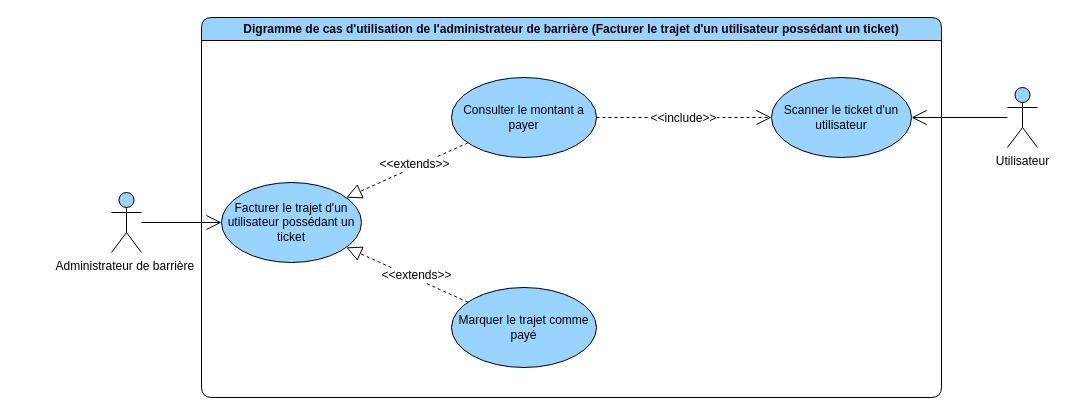
devlotfi/peage-pay keeps this draw.io diagram as page "facturer un utilisateur possedant un ticket" (2 of 2) of diagrams/use-case/administrateur-de-barriere.drawio. Above is the earlier version. Source tidied: cells renumbered, new cells numbered last; positions are measured from the earlier drawing's top-left corner, leaving out a move shared by most shapes. Both pictures are drawn from the tidied source at 100%, with x=0, y=0 at pixel (111, 17).
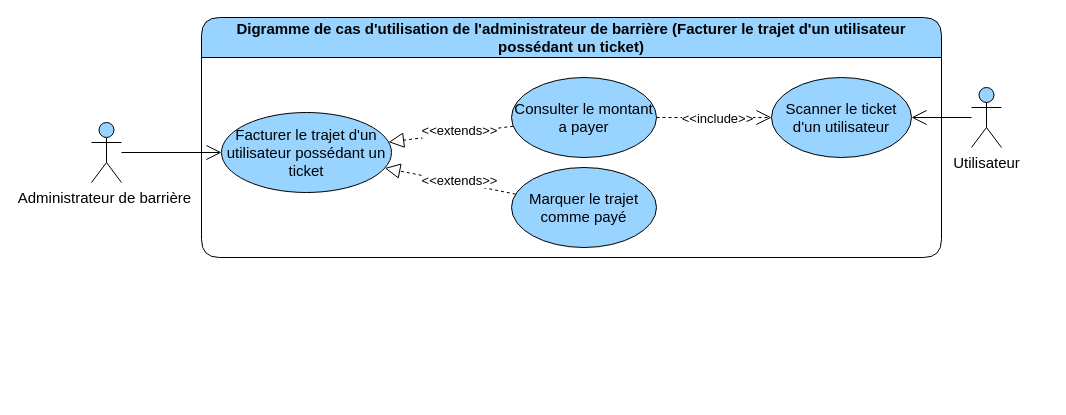
The same diagram, later.

What changed in the source:
```diff
@@
 <mxGraphModel>
   <root>
     <mxCell id="0" />
     <mxCell id="1" parent="0" />
-    <mxCell id="2" value="Digramme de cas d'utilisation de l'administrateur de&amp;nbsp;barrière&amp;nbsp;(Facturer le trajet d'un utilisateur possédant un ticket)" style="swimlane;whiteSpace=wrap;html=1;rounded=1;fillColor=#99D3FF;" parent="1" vertex="1">
-      <mxGeometry x="90" width="740" height="380" as="geometry" />
+    <mxCell id="2" value="Digramme de cas d'utilisation de l'administrateur de&amp;nbsp;barrière&amp;nbsp;(Facturer le trajet d'un utilisateur possédant un ticket)" style="swimlane;whiteSpace=wrap;html=1;rounded=1;fillColor=#99D3FF;fontSize=15;startSize=40;" parent="1" vertex="1">
+      <mxGeometry x="90" width="740" height="240" as="geometry" />
     </mxCell>
-    <mxCell id="3" value="Facturer le trajet d'un utilisateur possédant un ticket" style="ellipse;whiteSpace=wrap;html=1;strokeColor=default;align=center;verticalAlign=middle;fontFamily=Helvetica;fontSize=12;fontColor=default;fillColor=#99D3FF;" parent="2" vertex="1">
-      <mxGeometry x="20" y="165" width="140" height="80" as="geometry" />
+    <mxCell id="3" value="Facturer le trajet d'un utilisateur possédant un ticket" style="ellipse;whiteSpace=wrap;html=1;strokeColor=default;align=center;verticalAlign=middle;fontFamily=Helvetica;fontSize=15;fontColor=default;fillColor=#99D3FF;" parent="2" vertex="1">
+      <mxGeometry x="20" y="95" width="170" height="80" as="geometry" />
     </mxCell>
-    <mxCell id="4" style="edgeStyle=none;rounded=0;jettySize=auto;html=1;dashed=1;strokeColor=default;align=center;verticalAlign=middle;fontFamily=Helvetica;fontSize=12;fontColor=default;labelBackgroundColor=default;startSize=6;endArrow=open;endFill=0;endSize=13;" parent="2" edge="1" source="6" target="9">
+    <mxCell id="4" style="edgeStyle=none;rounded=0;jettySize=auto;html=1;dashed=1;strokeColor=default;align=center;verticalAlign=middle;fontFamily=Helvetica;fontSize=15;fontColor=default;labelBackgroundColor=default;startSize=6;endArrow=open;endFill=0;endSize=13;" parent="2" edge="1" source="6" target="9">
       <mxGeometry relative="1" as="geometry" />
     </mxCell>
-    <mxCell id="5" value="&amp;lt;&amp;lt;include&amp;gt;&amp;gt;" style="edgeLabel;html=1;align=center;verticalAlign=middle;strokeColor=default;fontFamily=Helvetica;fontSize=12;fontColor=default;labelBackgroundColor=default;fillColor=#99D3FF;" parent="4" vertex="1">
+    <mxCell id="5" value="&amp;lt;&amp;lt;include&amp;gt;&amp;gt;" style="edgeLabel;html=1;align=center;verticalAlign=middle;strokeColor=default;fontFamily=Helvetica;fontSize=13;fontColor=default;labelBackgroundColor=default;fillColor=#99D3FF;" parent="4" vertex="1">
       <mxGeometry x="-0.16" y="3" relative="1" as="geometry">
         <mxPoint x="12" y="3" as="offset" />
       </mxGeometry>
     </mxCell>
-    <mxCell id="6" value="Consulter le montant a payer" style="ellipse;whiteSpace=wrap;html=1;strokeColor=default;align=center;verticalAlign=middle;fontFamily=Helvetica;fontSize=12;fontColor=default;fillColor=#99D3FF;" parent="2" vertex="1">
-      <mxGeometry x="250" y="60" width="145" height="80" as="geometry" />
+    <mxCell id="6" value="Consulter le montant a payer" style="ellipse;whiteSpace=wrap;html=1;strokeColor=default;align=center;verticalAlign=middle;fontFamily=Helvetica;fontSize=15;fontColor=default;fillColor=#99D3FF;" parent="2" vertex="1">
+      <mxGeometry x="310" y="60" width="145" height="80" as="geometry" />
     </mxCell>
-    <mxCell id="7" style="edgeStyle=none;rounded=0;jettySize=auto;html=1;dashed=1;strokeColor=default;align=center;verticalAlign=middle;fontFamily=Helvetica;fontSize=12;fontColor=default;labelBackgroundColor=default;startSize=6;endArrow=block;endFill=0;endSize=13;" parent="2" edge="1" source="6" target="3">
+    <mxCell id="7" style="edgeStyle=none;rounded=0;jettySize=auto;html=1;dashed=1;strokeColor=default;align=center;verticalAlign=middle;fontFamily=Helvetica;fontSize=15;fontColor=default;labelBackgroundColor=default;startSize=6;endArrow=block;endFill=0;endSize=13;" parent="2" edge="1" source="6" target="3">
       <mxGeometry relative="1" as="geometry" />
     </mxCell>
-    <mxCell id="8" value="&amp;lt;&amp;lt;extends&amp;gt;&amp;gt;" style="edgeLabel;html=1;align=center;verticalAlign=middle;strokeColor=default;fontFamily=Helvetica;fontSize=12;fontColor=default;labelBackgroundColor=default;fillColor=#99D3FF;" parent="7" vertex="1">
+    <mxCell id="8" value="&amp;lt;&amp;lt;extends&amp;gt;&amp;gt;" style="edgeLabel;html=1;align=center;verticalAlign=middle;strokeColor=default;fontFamily=Helvetica;fontSize=13;fontColor=default;labelBackgroundColor=default;fillColor=#99D3FF;" parent="7" vertex="1">
       <mxGeometry x="-0.12" y="-3" relative="1" as="geometry">
         <mxPoint x="1" as="offset" />
       </mxGeometry>
     </mxCell>
-    <mxCell id="9" value="Scanner le ticket d'un utilisateur" style="ellipse;whiteSpace=wrap;html=1;strokeColor=default;align=center;verticalAlign=middle;fontFamily=Helvetica;fontSize=12;fontColor=default;fillColor=#99D3FF;" parent="2" vertex="1">
+    <mxCell id="9" value="Scanner le ticket d'un utilisateur" style="ellipse;whiteSpace=wrap;html=1;strokeColor=default;align=center;verticalAlign=middle;fontFamily=Helvetica;fontSize=15;fontColor=default;fillColor=#99D3FF;" parent="2" vertex="1">
       <mxGeometry x="570" y="60" width="140" height="80" as="geometry" />
     </mxCell>
-    <mxCell id="10" value="Marquer le trajet comme payé" style="ellipse;whiteSpace=wrap;html=1;strokeColor=default;align=center;verticalAlign=middle;fontFamily=Helvetica;fontSize=12;fontColor=default;fillColor=#99D3FF;" parent="2" vertex="1">
-      <mxGeometry x="250" y="270" width="145" height="80" as="geometry" />
+    <mxCell id="10" value="Marquer le trajet comme payé" style="ellipse;whiteSpace=wrap;html=1;strokeColor=default;align=center;verticalAlign=middle;fontFamily=Helvetica;fontSize=15;fontColor=default;fillColor=#99D3FF;" parent="2" vertex="1">
+      <mxGeometry x="310" y="150" width="145" height="80" as="geometry" />
     </mxCell>
-    <mxCell id="11" style="edgeStyle=none;rounded=0;jettySize=auto;html=1;dashed=1;strokeColor=default;align=center;verticalAlign=middle;fontFamily=Helvetica;fontSize=12;fontColor=default;labelBackgroundColor=default;startSize=6;endArrow=block;endFill=0;endSize=13;" parent="2" edge="1" source="10" target="3">
+    <mxCell id="11" style="edgeStyle=none;rounded=0;jettySize=auto;html=1;dashed=1;strokeColor=default;align=center;verticalAlign=middle;fontFamily=Helvetica;fontSize=15;fontColor=default;labelBackgroundColor=default;startSize=6;endArrow=block;endFill=0;endSize=13;" parent="2" edge="1" source="10" target="3">
       <mxGeometry relative="1" as="geometry" />
     </mxCell>
-    <mxCell id="12" value="&amp;lt;&amp;lt;extends&amp;gt;&amp;gt;" style="edgeLabel;html=1;align=center;verticalAlign=middle;strokeColor=default;fontFamily=Helvetica;fontSize=12;fontColor=default;labelBackgroundColor=default;fillColor=#99D3FF;" parent="11" vertex="1">
+    <mxCell id="12" value="&amp;lt;&amp;lt;extends&amp;gt;&amp;gt;" style="edgeLabel;html=1;align=center;verticalAlign=middle;strokeColor=default;fontFamily=Helvetica;fontSize=13;fontColor=default;labelBackgroundColor=default;fillColor=#99D3FF;" parent="11" vertex="1">
       <mxGeometry x="-0.12" y="-3" relative="1" as="geometry">
         <mxPoint x="1" as="offset" />
       </mxGeometry>
     </mxCell>
-    <mxCell id="13" style="rounded=0;jettySize=auto;html=1;fontFamily=Helvetica;fontSize=12;fontColor=default;endArrow=open;endFill=0;startSize=6;endSize=13;" parent="1" edge="1" source="14" target="3">
+    <mxCell id="13" style="rounded=0;jettySize=auto;html=1;fontFamily=Helvetica;fontSize=15;fontColor=default;endArrow=open;endFill=0;startSize=6;endSize=13;" parent="1" edge="1" source="14" target="3">
       <mxGeometry relative="1" as="geometry" />
     </mxCell>
-    <mxCell id="14" value="Administrateur&amp;nbsp;de&amp;nbsp;barrière&amp;nbsp;" style="shape=umlActor;verticalLabelPosition=bottom;verticalAlign=top;html=1;outlineConnect=0;strokeColor=default;align=center;fontFamily=Helvetica;fontSize=12;fontColor=default;fillColor=#99D3FF;" parent="1" vertex="1">
-      <mxGeometry y="175" width="30" height="60" as="geometry" />
+    <mxCell id="14" value="Administrateur&amp;nbsp;de&amp;nbsp;barrière&amp;nbsp;" style="shape=umlActor;verticalLabelPosition=bottom;verticalAlign=top;html=1;outlineConnect=0;strokeColor=default;align=center;fontFamily=Helvetica;fontSize=15;fontColor=default;fillColor=#99D3FF;" parent="1" vertex="1">
+      <mxGeometry x="-20" y="105" width="30" height="60" as="geometry" />
     </mxCell>
-    <mxCell id="15" value="Utilisateur" style="shape=umlActor;verticalLabelPosition=bottom;verticalAlign=top;html=1;outlineConnect=0;strokeColor=default;align=center;fontFamily=Helvetica;fontSize=12;fontColor=default;fillColor=#99D3FF;" parent="1" vertex="1">
-      <mxGeometry x="896" y="70" width="30" height="60" as="geometry" />
+    <mxCell id="15" value="Utilisateur" style="shape=umlActor;verticalLabelPosition=bottom;verticalAlign=top;html=1;outlineConnect=0;strokeColor=default;align=center;fontFamily=Helvetica;fontSize=15;fontColor=default;fillColor=#99D3FF;" parent="1" vertex="1">
+      <mxGeometry x="860" y="70" width="30" height="60" as="geometry" />
     </mxCell>
-    <mxCell id="16" style="rounded=0;jettySize=auto;html=1;fontFamily=Helvetica;fontSize=12;fontColor=default;endArrow=open;endFill=0;startSize=6;endSize=13;" parent="1" edge="1" source="15" target="9">
+    <mxCell id="16" style="rounded=0;jettySize=auto;html=1;fontFamily=Helvetica;fontSize=15;fontColor=default;endArrow=open;endFill=0;startSize=6;endSize=13;" parent="1" edge="1" source="15" target="9">
       <mxGeometry relative="1" as="geometry" />
     </mxCell>
   </root>
 </mxGraphModel>
```
